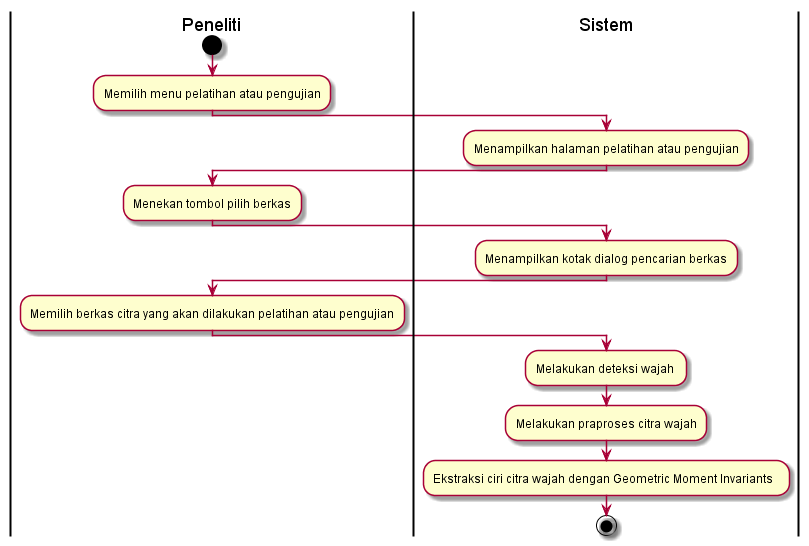
Above: diagram/AD_Ekstraksi_ciri.png in ayulestari10/gmisvm (PlantUML), before the change.
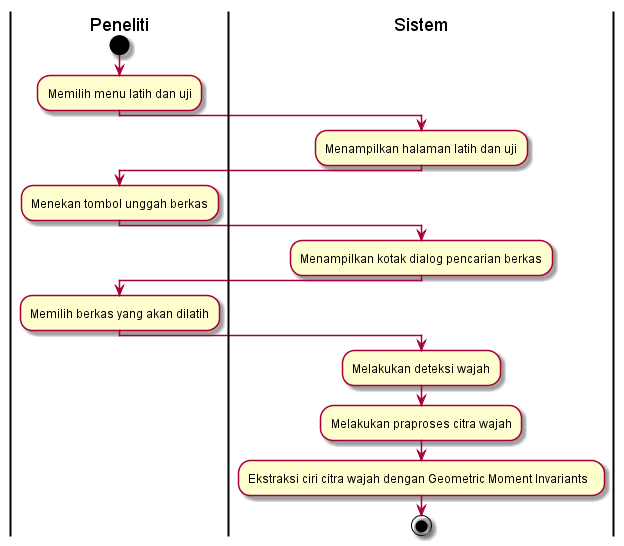
Later version of the same file.

What changed in the source:
```diff
@@ -1,17 +1,17 @@
 @startuml
 | Peneliti |
 start
-:Memilih menu pelatihan atau pengujian;
+:Memilih menu latih dan uji;
 | Sistem |
-:Menampilkan halaman pelatihan atau pengujian;
+:Menampilkan halaman latih dan uji;
 | Peneliti |
-:Menekan tombol pilih berkas;
+:Menekan tombol unggah berkas;
 | Sistem |
 :Menampilkan kotak dialog pencarian berkas;
 | Peneliti |
-:Memilih berkas citra yang akan dilakukan pelatihan atau pengujian;
+:Memilih berkas yang akan dilatih;
 | Sistem |
-:Melakukan deteksi wajah ;
+:Melakukan deteksi wajah;
 | Sistem |
 :Melakukan praproses citra wajah;
 | Sistem |
```
